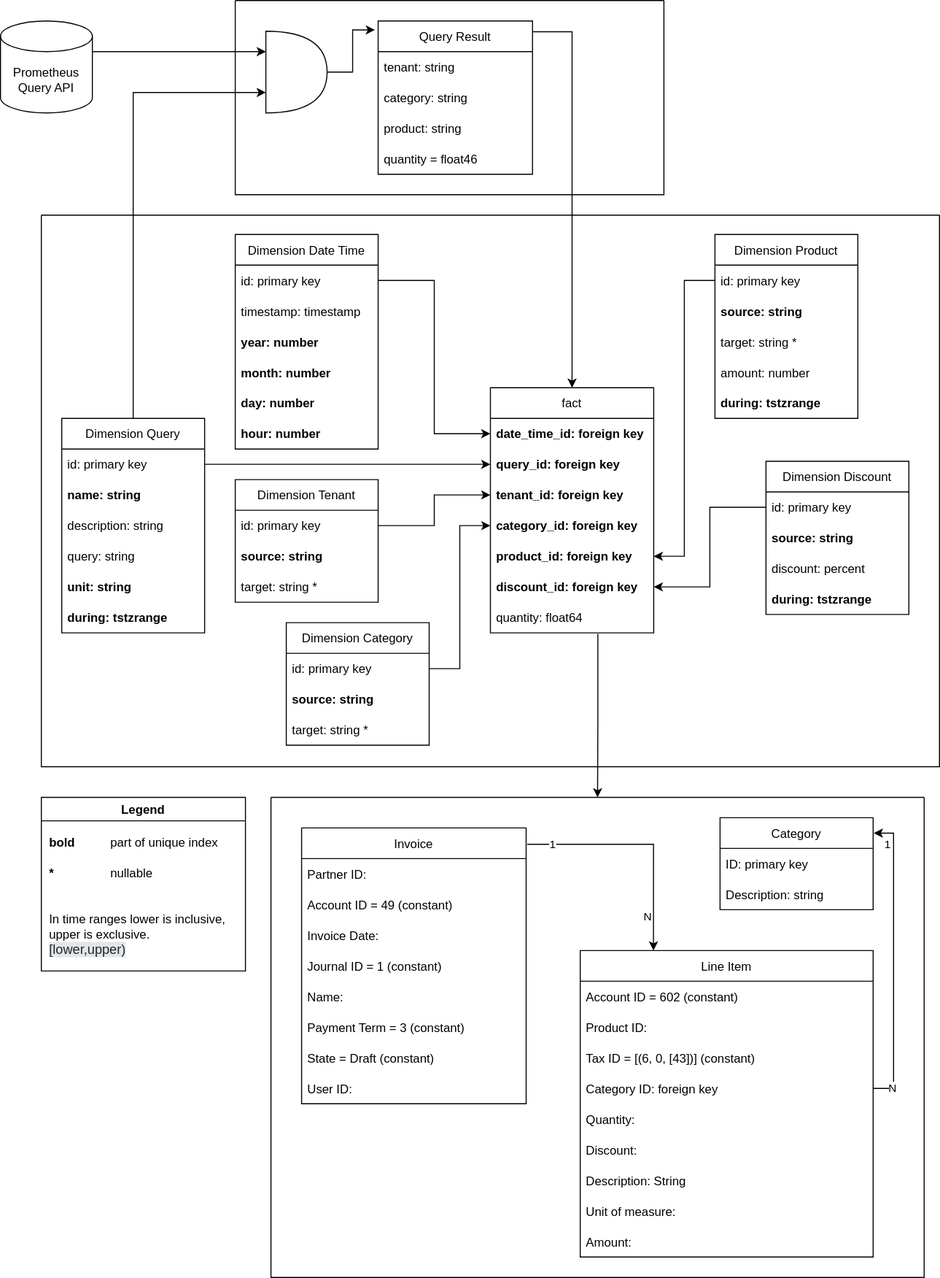
Above: docs/modules/ROOT/assets/images/system/data-model-billing.drawio.svg in appuio/appuio-io-docs (draw.io), before the change. Source tidied: cells renumbered, new cells last; positions are measured from the earlier drawing's top-left corner, leaving out a move shared by most shapes.
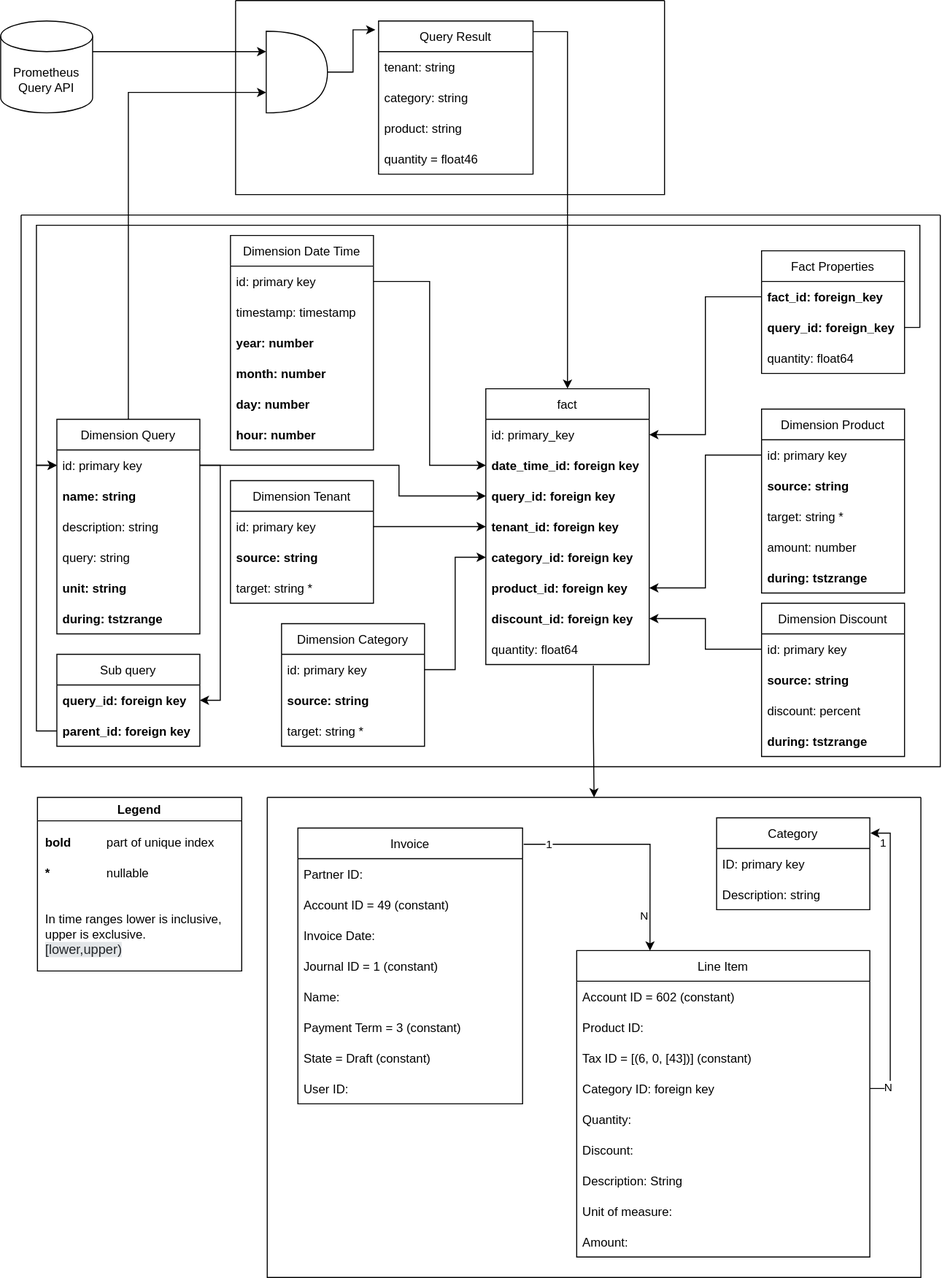
Later version of the same file.

Commit message:
Add sub queries to billing data model

The edit, as a diff of the source:
```diff
@@ -15,7 +15,7 @@
       <mxGeometry relative="1" as="geometry" />
     </mxCell>
     <mxCell id="6" style="swimlane;startSize=0;" parent="1" vertex="1">
-      <mxGeometry x="265" y="780" width="640" height="470" as="geometry" />
+      <mxGeometry x="261" y="780" width="640" height="470" as="geometry" />
     </mxCell>
     <mxCell id="7" value="Invoice" style="swimlane;fontStyle=0;horizontal=1;startSize=30;" parent="6" vertex="1">
       <mxGeometry x="30" y="30" width="220" height="270" as="geometry" />
@@ -130,34 +130,37 @@
       <mxGeometry relative="1" as="geometry" />
     </mxCell>
     <mxCell id="43" style="swimlane;startSize=0;" parent="1" vertex="1">
-      <mxGeometry x="40" y="210" width="880" height="540" as="geometry" />
+      <mxGeometry x="20" y="210" width="900" height="540" as="geometry" />
     </mxCell>
     <mxCell id="44" value="fact" style="swimlane;fontStyle=0;horizontal=1;startSize=30;" parent="43" vertex="1">
-      <mxGeometry x="440" y="169" width="160" height="240" as="geometry" />
+      <mxGeometry x="455" y="170" width="160" height="270" as="geometry" />
     </mxCell>
+    <mxCell id="98" value="id: primary_key" style="text;strokeColor=none;fillColor=none;align=left;verticalAlign=middle;spacingLeft=4;spacingRight=4;overflow=hidden;points=[[0,0.5],[1,0.5]];portConstraint=eastwest;fontStyle=0;" parent="44" vertex="1">
+      <mxGeometry y="30" width="160" height="30" as="geometry" />
+    </mxCell>
     <mxCell id="45" value="date_time_id: foreign key" style="text;strokeColor=none;fillColor=none;align=left;verticalAlign=middle;spacingLeft=4;spacingRight=4;overflow=hidden;points=[[0,0.5],[1,0.5]];portConstraint=eastwest;fontStyle=1;" parent="44" vertex="1">
-      <mxGeometry y="30" width="160" height="30" as="geometry" />
+      <mxGeometry y="60" width="160" height="30" as="geometry" />
     </mxCell>
     <mxCell id="46" value="query_id: foreign key" style="text;strokeColor=none;fillColor=none;align=left;verticalAlign=middle;spacingLeft=4;spacingRight=4;overflow=hidden;points=[[0,0.5],[1,0.5]];portConstraint=eastwest;fontStyle=1;" parent="44" vertex="1">
-      <mxGeometry y="60" width="160" height="30" as="geometry" />
+      <mxGeometry y="90" width="160" height="30" as="geometry" />
     </mxCell>
     <mxCell id="47" value="tenant_id: foreign key" style="text;strokeColor=none;fillColor=none;align=left;verticalAlign=middle;spacingLeft=4;spacingRight=4;overflow=hidden;points=[[0,0.5],[1,0.5]];portConstraint=eastwest;fontStyle=1;" parent="44" vertex="1">
-      <mxGeometry y="90" width="160" height="30" as="geometry" />
+      <mxGeometry y="120" width="160" height="30" as="geometry" />
     </mxCell>
     <mxCell id="48" value="category_id: foreign key" style="text;strokeColor=none;fillColor=none;align=left;verticalAlign=middle;spacingLeft=4;spacingRight=4;overflow=hidden;points=[[0,0.5],[1,0.5]];portConstraint=eastwest;fontStyle=1;" parent="44" vertex="1">
-      <mxGeometry y="120" width="160" height="30" as="geometry" />
+      <mxGeometry y="150" width="160" height="30" as="geometry" />
     </mxCell>
     <mxCell id="49" value="product_id: foreign key" style="text;strokeColor=none;fillColor=none;align=left;verticalAlign=middle;spacingLeft=4;spacingRight=4;overflow=hidden;points=[[0,0.5],[1,0.5]];portConstraint=eastwest;fontStyle=1;" parent="44" vertex="1">
-      <mxGeometry y="150" width="160" height="30" as="geometry" />
+      <mxGeometry y="180" width="160" height="30" as="geometry" />
     </mxCell>
     <mxCell id="50" value="discount_id: foreign key" style="text;strokeColor=none;fillColor=none;align=left;verticalAlign=middle;spacingLeft=4;spacingRight=4;overflow=hidden;points=[[0,0.5],[1,0.5]];portConstraint=eastwest;fontStyle=1;" parent="44" vertex="1">
-      <mxGeometry y="180" width="160" height="30" as="geometry" />
+      <mxGeometry y="210" width="160" height="30" as="geometry" />
     </mxCell>
     <mxCell id="51" value="quantity: float64" style="text;strokeColor=none;fillColor=none;align=left;verticalAlign=middle;spacingLeft=4;spacingRight=4;overflow=hidden;points=[[0,0.5],[1,0.5]];portConstraint=eastwest;" parent="44" vertex="1">
-      <mxGeometry y="210" width="160" height="30" as="geometry" />
+      <mxGeometry y="240" width="160" height="30" as="geometry" />
     </mxCell>
     <mxCell id="52" value="Dimension Tenant" style="swimlane;fontStyle=0;horizontal=1;startSize=30;" parent="43" vertex="1">
-      <mxGeometry x="190" y="259" width="140" height="120" as="geometry" />
+      <mxGeometry x="205" y="260" width="140" height="120" as="geometry" />
     </mxCell>
     <mxCell id="53" value="id: primary key" style="text;strokeColor=none;fillColor=none;align=left;verticalAlign=middle;spacingLeft=4;spacingRight=4;overflow=hidden;points=[[0,0.5],[1,0.5]];portConstraint=eastwest;" parent="52" vertex="1">
       <mxGeometry y="30" width="140" height="30" as="geometry" />
@@ -172,7 +175,7 @@
       <mxGeometry relative="1" as="geometry" />
     </mxCell>
     <mxCell id="57" value="Dimension Category" style="swimlane;fontStyle=0;horizontal=1;startSize=30;" parent="43" vertex="1">
-      <mxGeometry x="240" y="399" width="140" height="120" as="geometry" />
+      <mxGeometry x="255" y="400" width="140" height="120" as="geometry" />
     </mxCell>
     <mxCell id="58" value="id: primary key" style="text;strokeColor=none;fillColor=none;align=left;verticalAlign=middle;spacingLeft=4;spacingRight=4;overflow=hidden;points=[[0,0.5],[1,0.5]];portConstraint=eastwest;" parent="57" vertex="1">
       <mxGeometry y="30" width="140" height="30" as="geometry" />
@@ -184,7 +187,7 @@
       <mxGeometry y="90" width="140" height="30" as="geometry" />
     </mxCell>
     <mxCell id="61" value="Dimension Product" style="swimlane;fontStyle=0;horizontal=1;startSize=30;" parent="43" vertex="1">
-      <mxGeometry x="660" y="19" width="140" height="180" as="geometry" />
+      <mxGeometry x="725" y="190" width="140" height="180" as="geometry" />
     </mxCell>
     <mxCell id="62" value="id: primary key" style="text;strokeColor=none;fillColor=none;align=left;verticalAlign=middle;spacingLeft=4;spacingRight=4;overflow=hidden;points=[[0,0.5],[1,0.5]];portConstraint=eastwest;" parent="61" vertex="1">
       <mxGeometry y="30" width="140" height="30" as="geometry" />
@@ -205,7 +208,7 @@
       <mxGeometry relative="1" as="geometry" />
     </mxCell>
     <mxCell id="68" value="Dimension Discount" style="swimlane;fontStyle=0;horizontal=1;startSize=30;" parent="43" vertex="1">
-      <mxGeometry x="710" y="241" width="140" height="150" as="geometry" />
+      <mxGeometry x="725" y="380" width="140" height="150" as="geometry" />
     </mxCell>
     <mxCell id="69" value="id: primary key" style="text;strokeColor=none;fillColor=none;align=left;verticalAlign=middle;spacingLeft=4;spacingRight=4;overflow=hidden;points=[[0,0.5],[1,0.5]];portConstraint=eastwest;" parent="68" vertex="1">
       <mxGeometry y="30" width="140" height="30" as="geometry" />
@@ -223,7 +226,7 @@
       <mxGeometry relative="1" as="geometry" />
     </mxCell>
     <mxCell id="74" value="Dimension Date Time" style="swimlane;fontStyle=0;horizontal=1;startSize=30;" parent="43" vertex="1">
-      <mxGeometry x="190" y="19" width="140" height="210" as="geometry" />
+      <mxGeometry x="205" y="20" width="140" height="210" as="geometry" />
     </mxCell>
     <mxCell id="75" value="id: primary key" style="text;strokeColor=none;fillColor=none;align=left;verticalAlign=middle;spacingLeft=4;spacingRight=4;overflow=hidden;points=[[0,0.5],[1,0.5]];portConstraint=eastwest;" parent="74" vertex="1">
       <mxGeometry y="30" width="140" height="30" as="geometry" />
@@ -250,7 +253,7 @@
       <mxGeometry relative="1" as="geometry" />
     </mxCell>
     <mxCell id="83" value="Dimension Query" style="swimlane;fontStyle=0;horizontal=1;startSize=30;" parent="43" vertex="1">
-      <mxGeometry x="20" y="199" width="140" height="210" as="geometry" />
+      <mxGeometry x="35" y="200" width="140" height="210" as="geometry" />
     </mxCell>
     <mxCell id="84" value="id: primary key" style="text;strokeColor=none;fillColor=none;align=left;verticalAlign=middle;spacingLeft=4;spacingRight=4;overflow=hidden;points=[[0,0.5],[1,0.5]];portConstraint=eastwest;" parent="83" vertex="1">
       <mxGeometry y="30" width="140" height="30" as="geometry" />
@@ -271,13 +274,63 @@
       <mxGeometry y="180" width="140" height="30" as="geometry" />
     </mxCell>
     <mxCell id="90" style="edgeStyle=orthogonalEdgeStyle;rounded=0;jettySize=auto;html=1;exitX=1;exitY=0.5;exitDx=0;exitDy=0;entryX=0;entryY=0.5;entryDx=0;entryDy=0;" parent="43" edge="1" source="84" target="46">
-      <mxGeometry relative="1" as="geometry" />
+      <mxGeometry relative="1" as="geometry">
+        <Array as="points">
+          <mxPoint x="370" y="245" />
+          <mxPoint x="370" y="275" />
+        </Array>
+      </mxGeometry>
     </mxCell>
+    <mxCell id="99" value="Fact Properties" style="swimlane;fontStyle=0;horizontal=1;startSize=30;" parent="43" vertex="1">
+      <mxGeometry x="725" y="35" width="140" height="120" as="geometry" />
+    </mxCell>
+    <mxCell id="100" value="fact_id: foreign_key" style="text;strokeColor=none;fillColor=none;align=left;verticalAlign=middle;spacingLeft=4;spacingRight=4;overflow=hidden;points=[[0,0.5],[1,0.5]];portConstraint=eastwest;fontStyle=1;" parent="99" vertex="1">
+      <mxGeometry y="30" width="140" height="30" as="geometry" />
+    </mxCell>
+    <mxCell id="101" value="query_id: foreign_key" style="text;strokeColor=none;fillColor=none;align=left;verticalAlign=middle;spacingLeft=4;spacingRight=4;overflow=hidden;points=[[0,0.5],[1,0.5]];portConstraint=eastwest;fontStyle=1;" parent="99" vertex="1">
+      <mxGeometry y="60" width="140" height="30" as="geometry" />
+    </mxCell>
+    <mxCell id="102" value="quantity: float64" style="text;strokeColor=none;fillColor=none;align=left;verticalAlign=middle;spacingLeft=4;spacingRight=4;overflow=hidden;" parent="99" vertex="1">
+      <mxGeometry y="90" width="140" height="30" as="geometry" />
+    </mxCell>
+    <mxCell id="103" style="edgeStyle=orthogonalEdgeStyle;rounded=0;jettySize=auto;html=1;entryX=1;entryY=0.5;entryDx=0;entryDy=0;" parent="43" edge="1" source="100" target="98">
+      <mxGeometry relative="1" as="geometry" />
+    </mxCell>
+    <mxCell id="104" style="edgeStyle=orthogonalEdgeStyle;rounded=0;jettySize=auto;html=1;entryX=0;entryY=0.5;entryDx=0;entryDy=0;" parent="43" edge="1" source="101" target="84">
+      <mxGeometry relative="1" as="geometry">
+        <Array as="points">
+          <mxPoint x="880" y="110" />
+          <mxPoint x="880" y="10" />
+          <mxPoint x="15" y="10" />
+          <mxPoint x="15" y="245" />
+        </Array>
+      </mxGeometry>
+    </mxCell>
+    <mxCell id="105" value="Sub query" style="swimlane;fontStyle=0;horizontal=1;startSize=30;" parent="43" vertex="1">
+      <mxGeometry x="35" y="430" width="140" height="90" as="geometry" />
+    </mxCell>
+    <mxCell id="106" value="query_id: foreign key" style="text;strokeColor=none;fillColor=none;align=left;verticalAlign=middle;spacingLeft=4;spacingRight=4;overflow=hidden;points=[[0,0.5],[1,0.5]];portConstraint=eastwest;fontStyle=1;" parent="105" vertex="1">
+      <mxGeometry y="30" width="140" height="30" as="geometry" />
+    </mxCell>
+    <mxCell id="107" value="parent_id: foreign key" style="text;strokeColor=none;fillColor=none;align=left;verticalAlign=middle;spacingLeft=4;spacingRight=4;overflow=hidden;points=[[0,0.5],[1,0.5]];portConstraint=eastwest;fontStyle=1;" parent="105" vertex="1">
+      <mxGeometry y="60" width="140" height="30" as="geometry" />
+    </mxCell>
+    <mxCell id="108" style="edgeStyle=orthogonalEdgeStyle;rounded=0;jettySize=auto;html=1;entryX=0;entryY=0.5;entryDx=0;entryDy=0;" parent="43" edge="1" source="107" target="84">
+      <mxGeometry relative="1" as="geometry" />
+    </mxCell>
+    <mxCell id="109" style="edgeStyle=orthogonalEdgeStyle;rounded=0;jettySize=auto;html=1;entryX=1;entryY=0.5;entryDx=0;entryDy=0;" parent="43" edge="1" source="84" target="106">
+      <mxGeometry relative="1" as="geometry">
+        <Array as="points">
+          <mxPoint x="195" y="245" />
+          <mxPoint x="195" y="475" />
+        </Array>
+      </mxGeometry>
+    </mxCell>
     <mxCell id="91" style="edgeStyle=orthogonalEdgeStyle;rounded=0;jettySize=auto;html=1;exitX=1.003;exitY=0.07;exitDx=0;exitDy=0;entryX=0.5;entryY=0;entryDx=0;entryDy=0;exitPerimeter=0;" parent="1" edge="1" source="37" target="44">
       <mxGeometry relative="1" as="geometry" />
     </mxCell>
     <mxCell id="92" value="Legend" style="swimlane;fontColor=#000000;" parent="1" vertex="1">
-      <mxGeometry x="40" y="780" width="200" height="170" as="geometry" />
+      <mxGeometry x="36" y="780" width="200" height="170" as="geometry" />
     </mxCell>
     <mxCell id="93" value="bold" style="text;html=1;strokeColor=none;fillColor=none;align=left;verticalAlign=middle;whiteSpace=wrap;rounded=0;fontColor=#000000;fontStyle=1;spacingLeft=6;spacingBottom=6;spacingTop=6;" parent="92" vertex="1">
       <mxGeometry y="30" width="60" height="30" as="geometry" />
```
